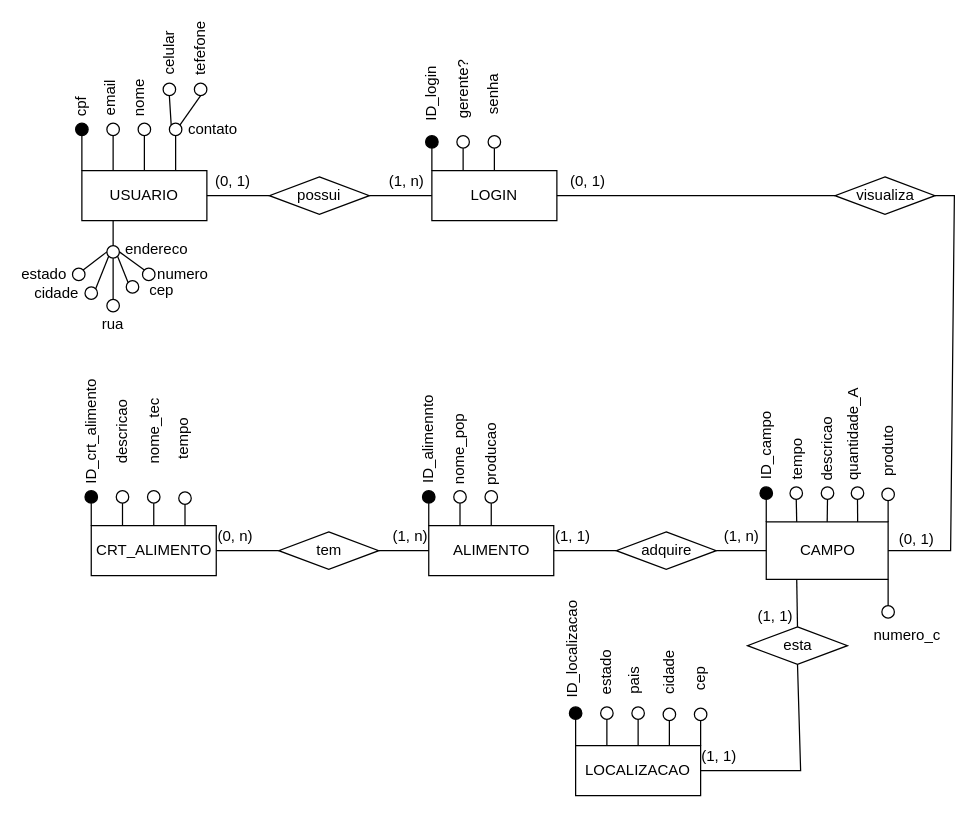
Before: conceitual.drawio in Thiago163/api_sistema_trienal, a draw.io diagram. Source tidied: cells renumbered, new cells numbered last; positions are measured from the earlier drawing's top-left corner, leaving out a move shared by most shapes. Both pictures are drawn from the tidied source at 125%, with x=0, y=0 at pixel (25, 38).
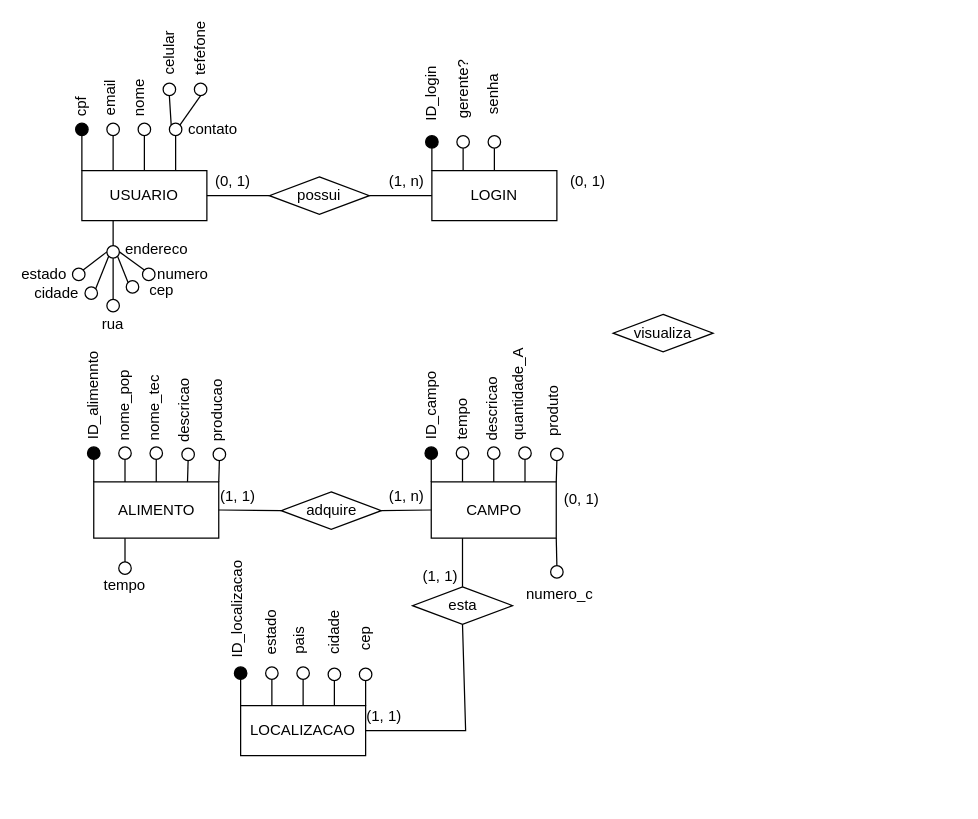
The same page after the edit.

Unchanged cells that the change refers to:
```xml
<mxCell id="3" value="LOGIN" style="rounded=0;whiteSpace=wrap;html=1;" parent="1" vertex="1">
  <mxGeometry x="325" y="106" width="100" height="40" as="geometry" />
</mxCell>
```

What changed in the source:
```diff
@@
     <mxCell id="4" value="CAMPO" style="rounded=0;whiteSpace=wrap;html=1;" parent="1" vertex="1">
-      <mxGeometry x="592.5" y="387" width="97.5" height="46" as="geometry" />
+      <mxGeometry x="324.5" y="355" width="100" height="45" as="geometry" />
     </mxCell>
     <mxCell id="5" value="ALIMENTO" style="rounded=0;whiteSpace=wrap;html=1;" parent="1" vertex="1">
-      <mxGeometry x="322.5" y="390" width="100" height="40" as="geometry" />
+      <mxGeometry x="54.5" y="355" width="100" height="45" as="geometry" />
     </mxCell>
-    <mxCell id="6" value="CRT_ALIMENTO" style="rounded=0;whiteSpace=wrap;html=1;" parent="1" vertex="1">
-      <mxGeometry x="52.5" y="390" width="100" height="40" as="geometry" />
-    </mxCell>
     <mxCell id="7" value="LOCALIZACAO" style="rounded=0;whiteSpace=wrap;html=1;" parent="1" vertex="1">
-      <mxGeometry x="440" y="566" width="100" height="40" as="geometry" />
+      <mxGeometry x="172" y="534" width="100" height="40" as="geometry" />
     </mxCell>
@@
     <mxCell id="9" value="visualiza" style="rhombus;whiteSpace=wrap;html=1;" parent="1" vertex="1">
-      <mxGeometry x="647.5" y="111" width="80" height="30" as="geometry" />
+      <mxGeometry x="470" y="221" width="80" height="30" as="geometry" />
     </mxCell>
     <mxCell id="10" value="esta" style="rhombus;whiteSpace=wrap;html=1;" parent="1" vertex="1">
-      <mxGeometry x="577.5" y="471" width="80" height="30" as="geometry" />
+      <mxGeometry x="309.5" y="439" width="80" height="30" as="geometry" />
     </mxCell>
     <mxCell id="11" value="adquire" style="rhombus;whiteSpace=wrap;html=1;" parent="1" vertex="1">
-      <mxGeometry x="472.5" y="395" width="80" height="30" as="geometry" />
+      <mxGeometry x="204.5" y="363" width="80" height="30" as="geometry" />
     </mxCell>
-    <mxCell id="12" value="tem" style="rhombus;whiteSpace=wrap;html=1;" parent="1" vertex="1">
-      <mxGeometry x="202.5" y="395" width="80" height="30" as="geometry" />
-    </mxCell>
@@
     <mxCell id="31" style="ellipse;whiteSpace=wrap;html=1;fillColor=#000000;" parent="1" vertex="1">
-      <mxGeometry x="587.5" y="359" width="10" height="10" as="geometry" />
+      <mxGeometry x="319.5" y="327" width="10" height="10" as="geometry" />
     </mxCell>
@@
     <mxCell id="33" style="ellipse;whiteSpace=wrap;html=1;" parent="1" vertex="1">
-      <mxGeometry x="611.5" y="359" width="10" height="10" as="geometry" />
+      <mxGeometry x="344.5" y="327" width="10" height="10" as="geometry" />
     </mxCell>
@@
     <mxCell id="35" style="ellipse;whiteSpace=wrap;html=1;" parent="1" vertex="1">
-      <mxGeometry x="636.5" y="359" width="10" height="10" as="geometry" />
+      <mxGeometry x="369.5" y="327" width="10" height="10" as="geometry" />
     </mxCell>
@@
     <mxCell id="37" style="ellipse;whiteSpace=wrap;html=1;" parent="1" vertex="1">
-      <mxGeometry x="660.5" y="359" width="10" height="10" as="geometry" />
+      <mxGeometry x="394.5" y="327" width="10" height="10" as="geometry" />
     </mxCell>
@@
     <mxCell id="39" style="ellipse;whiteSpace=wrap;html=1;" parent="1" vertex="1">
-      <mxGeometry x="685" y="360" width="10" height="10" as="geometry" />
+      <mxGeometry x="420" y="328" width="10" height="10" as="geometry" />
     </mxCell>
@@
     <mxCell id="41" style="ellipse;whiteSpace=wrap;html=1;fillColor=#000000;" parent="1" vertex="1">
-      <mxGeometry x="435" y="535" width="10" height="10" as="geometry" />
+      <mxGeometry x="167" y="503" width="10" height="10" as="geometry" />
     </mxCell>
@@
     <mxCell id="43" style="ellipse;whiteSpace=wrap;html=1;" parent="1" vertex="1">
-      <mxGeometry x="460" y="535" width="10" height="10" as="geometry" />
+      <mxGeometry x="192" y="503" width="10" height="10" as="geometry" />
     </mxCell>
@@
     <mxCell id="45" style="ellipse;whiteSpace=wrap;html=1;" parent="1" vertex="1">
-      <mxGeometry x="485" y="535" width="10" height="10" as="geometry" />
+      <mxGeometry x="217" y="503" width="10" height="10" as="geometry" />
     </mxCell>
@@
     <mxCell id="47" style="ellipse;whiteSpace=wrap;html=1;" parent="1" vertex="1">
-      <mxGeometry x="510" y="536" width="10" height="10" as="geometry" />
+      <mxGeometry x="242" y="504" width="10" height="10" as="geometry" />
     </mxCell>
@@
     <mxCell id="49" style="ellipse;whiteSpace=wrap;html=1;" parent="1" vertex="1">
-      <mxGeometry x="535" y="536" width="10" height="10" as="geometry" />
+      <mxGeometry x="267" y="504" width="10" height="10" as="geometry" />
     </mxCell>
@@
     <mxCell id="51" style="ellipse;whiteSpace=wrap;html=1;fillColor=#030303;" parent="1" vertex="1">
-      <mxGeometry x="317.5" y="362" width="10" height="10" as="geometry" />
+      <mxGeometry x="49.5" y="327" width="10" height="10" as="geometry" />
     </mxCell>
@@
     <mxCell id="53" style="ellipse;whiteSpace=wrap;html=1;" parent="1" vertex="1">
-      <mxGeometry x="342.5" y="362" width="10" height="10" as="geometry" />
+      <mxGeometry x="74.5" y="327" width="10" height="10" as="geometry" />
     </mxCell>
@@
     <mxCell id="55" style="ellipse;whiteSpace=wrap;html=1;" parent="1" vertex="1">
-      <mxGeometry x="367.5" y="362" width="10" height="10" as="geometry" />
+      <mxGeometry x="99.5" y="327" width="10" height="10" as="geometry" />
     </mxCell>
@@
-    <mxCell id="57" style="ellipse;whiteSpace=wrap;html=1;fillColor=#000000;" parent="1" vertex="1">
-      <mxGeometry x="47.5" y="362" width="10" height="10" as="geometry" />
-    </mxCell>
-    <mxCell id="58" style="endArrow=none;html=1;rounded=0;entryX=0.5;entryY=1;entryDx=0;entryDy=0;exitX=0;exitY=0;exitDx=0;exitDy=0;" parent="1" edge="1" source="6" target="57">
-      <mxGeometry relative="1" as="geometry" />
-    </mxCell>
-    <mxCell id="59" style="ellipse;whiteSpace=wrap;html=1;" parent="1" vertex="1">
-      <mxGeometry x="72.5" y="362" width="10" height="10" as="geometry" />
-    </mxCell>
-    <mxCell id="60" style="endArrow=none;html=1;rounded=0;entryX=0.5;entryY=1;entryDx=0;entryDy=0;exitX=0.25;exitY=0;exitDx=0;exitDy=0;" parent="1" edge="1" source="6" target="59">
-      <mxGeometry relative="1" as="geometry" />
-    </mxCell>
-    <mxCell id="61" style="ellipse;whiteSpace=wrap;html=1;" parent="1" vertex="1">
-      <mxGeometry x="97.5" y="362" width="10" height="10" as="geometry" />
-    </mxCell>
-    <mxCell id="62" style="endArrow=none;html=1;rounded=0;entryX=0.5;entryY=1;entryDx=0;entryDy=0;exitX=0.5;exitY=0;exitDx=0;exitDy=0;" parent="1" edge="1" source="6" target="61">
-      <mxGeometry relative="1" as="geometry" />
-    </mxCell>
-    <mxCell id="63" style="ellipse;whiteSpace=wrap;html=1;" parent="1" vertex="1">
-      <mxGeometry x="122.5" y="363" width="10" height="10" as="geometry" />
-    </mxCell>
-    <mxCell id="64" style="endArrow=none;html=1;rounded=0;entryX=0.5;entryY=1;entryDx=0;entryDy=0;exitX=0.75;exitY=0;exitDx=0;exitDy=0;" parent="1" edge="1" source="6" target="63">
-      <mxGeometry relative="1" as="geometry" />
-    </mxCell>
@@
-    <mxCell id="67" style="endArrow=none;html=1;rounded=0;exitX=1;exitY=0.5;exitDx=0;exitDy=0;entryX=0;entryY=0.5;entryDx=0;entryDy=0;" parent="1" edge="1" source="3" target="9">
-      <mxGeometry relative="1" as="geometry" />
-    </mxCell>
-    <mxCell id="68" style="endArrow=none;html=1;rounded=0;exitX=1;exitY=0.5;exitDx=0;exitDy=0;entryX=1;entryY=0.5;entryDx=0;entryDy=0;" parent="1" edge="1" source="4" target="9">
-      <mxGeometry relative="1" as="geometry">
-        <Array as="points">
-          <mxPoint x="740" y="410" />
-          <mxPoint x="743" y="126" />
-        </Array>
-      </mxGeometry>
-    </mxCell>
@@
     <mxCell id="70" style="endArrow=none;html=1;rounded=0;entryX=0.5;entryY=1;entryDx=0;entryDy=0;exitX=1;exitY=0.5;exitDx=0;exitDy=0;" parent="1" edge="1" source="7" target="10">
       <mxGeometry relative="1" as="geometry">
         <Array as="points">
-          <mxPoint x="620" y="586" />
+          <mxPoint x="352" y="554" />
         </Array>
       </mxGeometry>
     </mxCell>
@@
-    <mxCell id="73" style="endArrow=none;html=1;rounded=0;entryX=0;entryY=0.5;entryDx=0;entryDy=0;exitX=1;exitY=0.5;exitDx=0;exitDy=0;" parent="1" edge="1" source="12" target="5">
-      <mxGeometry relative="1" as="geometry" />
-    </mxCell>
-    <mxCell id="74" style="endArrow=none;html=1;rounded=0;entryX=0;entryY=0.5;entryDx=0;entryDy=0;exitX=1;exitY=0.5;exitDx=0;exitDy=0;" parent="1" edge="1" source="6" target="12">
-      <mxGeometry relative="1" as="geometry" />
-    </mxCell>
@@
     <mxCell id="84" value="ID_campo" style="text;html=1;align=center;verticalAlign=middle;whiteSpace=wrap;rounded=0;rotation=-90;" parent="1" vertex="1">
-      <mxGeometry x="570" y="317" width="45" height="18" as="geometry" />
+      <mxGeometry x="302" y="285" width="45" height="18" as="geometry" />
     </mxCell>
     <mxCell id="85" value="ID_alimennto" style="text;html=1;align=center;verticalAlign=middle;whiteSpace=wrap;rounded=0;rotation=-90;" parent="1" vertex="1">
-      <mxGeometry x="300" y="312" width="45" height="18" as="geometry" />
+      <mxGeometry x="32" y="277" width="45" height="18" as="geometry" />
     </mxCell>
-    <mxCell id="86" value="ID_crt_alimento" style="text;html=1;align=center;verticalAlign=middle;whiteSpace=wrap;rounded=0;rotation=-90;" parent="1" vertex="1">
-      <mxGeometry x="30" y="306" width="45" height="18" as="geometry" />
-    </mxCell>
     <mxCell id="87" value="ID_localizacao" style="text;html=1;align=center;verticalAlign=middle;whiteSpace=wrap;rounded=0;rotation=-90;" parent="1" vertex="1">
-      <mxGeometry x="415" y="480" width="45" height="18" as="geometry" />
+      <mxGeometry x="147" y="448" width="45" height="18" as="geometry" />
     </mxCell>
     <mxCell id="88" value="descricao" style="text;html=1;align=center;verticalAlign=middle;whiteSpace=wrap;rounded=0;rotation=-90;" parent="1" vertex="1">
-      <mxGeometry x="55" y="306" width="45" height="18" as="geometry" />
+      <mxGeometry x="105" y="289" width="45" height="18" as="geometry" />
     </mxCell>
     <mxCell id="89" value="nome_tec" style="text;html=1;align=center;verticalAlign=middle;whiteSpace=wrap;rounded=0;rotation=-90;" parent="1" vertex="1">
-      <mxGeometry x="80.5" y="306" width="45" height="18" as="geometry" />
+      <mxGeometry x="81" y="287" width="45" height="18" as="geometry" />
     </mxCell>
-    <mxCell id="90" value="tempo" style="text;html=1;align=center;verticalAlign=middle;whiteSpace=wrap;rounded=0;rotation=-90;" parent="1" vertex="1">
-      <mxGeometry x="103.5" y="312" width="45" height="18" as="geometry" />
+    <mxCell id="90" value="tempo" style="text;html=1;align=center;verticalAlign=middle;whiteSpace=wrap;rounded=0;rotation=0;" parent="1" vertex="1">
+      <mxGeometry x="57" y="429" width="45" height="18" as="geometry" />
     </mxCell>
     <mxCell id="91" value="nome_pop" style="text;html=1;align=center;verticalAlign=middle;whiteSpace=wrap;rounded=0;rotation=-90;" parent="1" vertex="1">
-      <mxGeometry x="325" y="320" width="45" height="18" as="geometry" />
+      <mxGeometry x="57" y="285" width="45" height="18" as="geometry" />
     </mxCell>
     <mxCell id="92" value="producao" style="text;html=1;align=center;verticalAlign=middle;whiteSpace=wrap;rounded=0;rotation=-90;" parent="1" vertex="1">
-      <mxGeometry x="350" y="324" width="45" height="18" as="geometry" />
+      <mxGeometry x="131" y="289" width="45" height="18" as="geometry" />
     </mxCell>
     <mxCell id="93" value="tempo" style="text;html=1;align=center;verticalAlign=middle;whiteSpace=wrap;rounded=0;rotation=-90;" parent="1" vertex="1">
-      <mxGeometry x="595" y="327" width="45" height="20" as="geometry" />
+      <mxGeometry x="327" y="295" width="45" height="20" as="geometry" />
     </mxCell>
     <mxCell id="94" value="estado" style="text;html=1;align=center;verticalAlign=middle;whiteSpace=wrap;rounded=0;rotation=-90;" parent="1" vertex="1">
-      <mxGeometry x="442.5" y="499" width="45" height="18" as="geometry" />
+      <mxGeometry x="174.5" y="467" width="45" height="18" as="geometry" />
     </mxCell>
     <mxCell id="95" value="pais" style="text;html=1;align=center;verticalAlign=middle;whiteSpace=wrap;rounded=0;rotation=-90;" parent="1" vertex="1">
-      <mxGeometry x="465" y="505" width="45" height="18" as="geometry" />
+      <mxGeometry x="197" y="473" width="45" height="18" as="geometry" />
     </mxCell>
     <mxCell id="96" value="cidade" style="text;html=1;align=center;verticalAlign=middle;whiteSpace=wrap;rounded=0;rotation=-90;" parent="1" vertex="1">
-      <mxGeometry x="492.5" y="499" width="45" height="18" as="geometry" />
+      <mxGeometry x="224.5" y="467" width="45" height="18" as="geometry" />
     </mxCell>
     <mxCell id="97" value="cep" style="text;html=1;align=center;verticalAlign=middle;whiteSpace=wrap;rounded=0;rotation=-90;" parent="1" vertex="1">
-      <mxGeometry x="517.5" y="504" width="45" height="18" as="geometry" />
+      <mxGeometry x="249.5" y="472" width="45" height="18" as="geometry" />
     </mxCell>
     <mxCell id="98" value="descricao" style="text;html=1;align=center;verticalAlign=middle;whiteSpace=wrap;rounded=0;rotation=-90;" parent="1" vertex="1">
-      <mxGeometry x="618.8" y="319" width="45" height="20" as="geometry" />
+      <mxGeometry x="350.8" y="287" width="45" height="20" as="geometry" />
     </mxCell>
     <mxCell id="99" value="quantidade_A" style="text;html=1;align=center;verticalAlign=middle;whiteSpace=wrap;rounded=0;rotation=-90;" parent="1" vertex="1">
-      <mxGeometry x="640" y="307" width="45" height="20" as="geometry" />
+      <mxGeometry x="372" y="275" width="45" height="20" as="geometry" />
     </mxCell>
     <mxCell id="100" value="produto" style="text;html=1;align=center;verticalAlign=middle;whiteSpace=wrap;rounded=0;rotation=-90;" parent="1" vertex="1">
-      <mxGeometry x="667.5" y="321" width="45" height="20" as="geometry" />
+      <mxGeometry x="399.5" y="289" width="45" height="20" as="geometry" />
     </mxCell>
@@
     <mxCell id="104" value="(0, 1)" style="text;html=1;align=center;verticalAlign=middle;whiteSpace=wrap;rounded=0;rotation=0;" parent="1" vertex="1">
-      <mxGeometry x="697.5" y="392" width="30" height="18" as="geometry" />
+      <mxGeometry x="429.5" y="360" width="30" height="18" as="geometry" />
     </mxCell>
     <mxCell id="105" value="(1, 1)" style="text;html=1;align=center;verticalAlign=middle;whiteSpace=wrap;rounded=0;rotation=0;" parent="1" vertex="1">
-      <mxGeometry x="540" y="566" width="30" height="18" as="geometry" />
+      <mxGeometry x="272" y="534" width="30" height="18" as="geometry" />
     </mxCell>
     <mxCell id="106" value="(1, 1)" style="text;html=1;align=center;verticalAlign=middle;whiteSpace=wrap;rounded=0;rotation=0;" parent="1" vertex="1">
-      <mxGeometry x="585" y="454" width="30" height="18" as="geometry" />
+      <mxGeometry x="317" y="422" width="30" height="18" as="geometry" />
     </mxCell>
     <mxCell id="107" value="(1, n)" style="text;html=1;align=center;verticalAlign=middle;whiteSpace=wrap;rounded=0;rotation=0;" parent="1" vertex="1">
-      <mxGeometry x="557.5" y="390" width="30" height="18" as="geometry" />
+      <mxGeometry x="289.5" y="358" width="30" height="18" as="geometry" />
     </mxCell>
     <mxCell id="108" value="(1, 1)" style="text;html=1;align=center;verticalAlign=middle;whiteSpace=wrap;rounded=0;rotation=0;" parent="1" vertex="1">
-      <mxGeometry x="422.5" y="390" width="30" height="18" as="geometry" />
+      <mxGeometry x="154.5" y="358" width="30" height="18" as="geometry" />
     </mxCell>
-    <mxCell id="109" value="(1, n)" style="text;html=1;align=center;verticalAlign=middle;whiteSpace=wrap;rounded=0;rotation=0;" parent="1" vertex="1">
-      <mxGeometry x="292.5" y="390" width="30" height="18" as="geometry" />
-    </mxCell>
-    <mxCell id="110" value="(0, n)" style="text;html=1;align=center;verticalAlign=middle;whiteSpace=wrap;rounded=0;rotation=0;" parent="1" vertex="1">
-      <mxGeometry x="152.5" y="390" width="30" height="18" as="geometry" />
-    </mxCell>
@@
     <mxCell id="130" style="ellipse;whiteSpace=wrap;html=1;" parent="1" vertex="1">
-      <mxGeometry x="685" y="454" width="10" height="10" as="geometry" />
+      <mxGeometry x="420" y="422" width="10" height="10" as="geometry" />
     </mxCell>
     <mxCell id="131" value="numero_c" style="text;html=1;align=center;verticalAlign=middle;whiteSpace=wrap;rounded=0;rotation=0;" parent="1" vertex="1">
-      <mxGeometry x="682.5" y="468" width="45" height="20" as="geometry" />
+      <mxGeometry x="404.5" y="435" width="45" height="20" as="geometry" />
     </mxCell>
@@
+    <mxCell id="134" style="ellipse;whiteSpace=wrap;html=1;" parent="1" vertex="1">
+      <mxGeometry x="125" y="328" width="10" height="10" as="geometry" />
+    </mxCell>
+    <mxCell id="135" style="endArrow=none;html=1;rounded=0;entryX=0.5;entryY=1;entryDx=0;entryDy=0;exitX=0.75;exitY=0;exitDx=0;exitDy=0;" parent="1" edge="1" source="5" target="134">
+      <mxGeometry relative="1" as="geometry" />
+    </mxCell>
+    <mxCell id="136" style="ellipse;whiteSpace=wrap;html=1;" parent="1" vertex="1">
+      <mxGeometry x="150" y="328" width="10" height="10" as="geometry" />
+    </mxCell>
+    <mxCell id="137" style="endArrow=none;html=1;rounded=0;entryX=0.5;entryY=1;entryDx=0;entryDy=0;exitX=1;exitY=0;exitDx=0;exitDy=0;" parent="1" edge="1" source="5" target="136">
+      <mxGeometry relative="1" as="geometry" />
+    </mxCell>
+    <mxCell id="138" style="ellipse;whiteSpace=wrap;html=1;" parent="1" vertex="1">
+      <mxGeometry x="74.5" y="419" width="10" height="10" as="geometry" />
+    </mxCell>
+    <mxCell id="139" style="endArrow=none;html=1;rounded=0;entryX=0.25;entryY=1;entryDx=0;entryDy=0;exitX=0.5;exitY=0;exitDx=0;exitDy=0;" parent="1" edge="1" source="138" target="5">
+      <mxGeometry relative="1" as="geometry" />
+    </mxCell>
```
